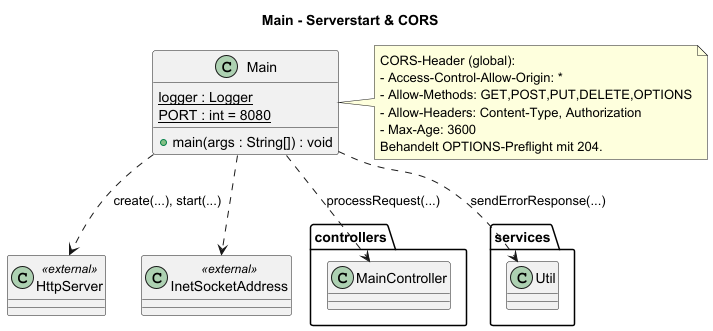
Above: backend/src/main/resources/documentation/diagrams/01_Main_CORS.png in Princeps119/Princeps119-BFK_J3_Snake (PlantUML), before the change.
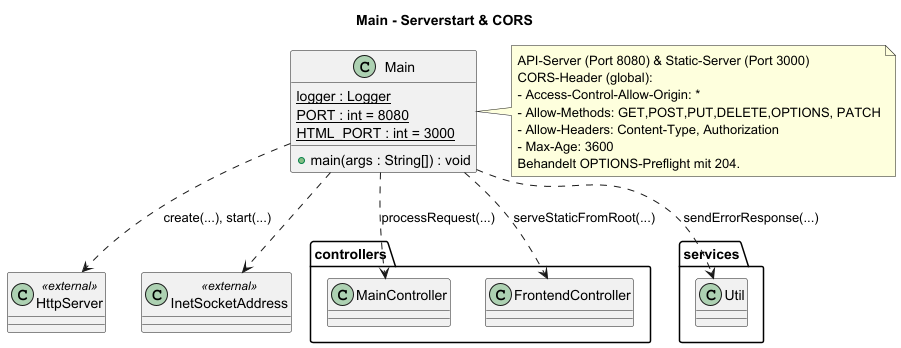
The same diagram one commit later.

Change to the diagram source:
```diff
@@ -4,6 +4,7 @@
 class Main {
   {static} logger : Logger
   {static} PORT : int = 8080
+  {static} HTML_PORT : int = 3000
   + main(args : String[]) : void
 }
 
@@ -13,12 +14,14 @@
 Main ..> HttpServer : create(...), start(...)
 Main ..> InetSocketAddress
 Main ..> controllers.MainController : processRequest(...)
+Main ..> controllers.FrontendController : serveStaticFromRoot(...)
 Main ..> services.Util : sendErrorResponse(...)
 
 note right of Main
+API-Server (Port 8080) & Static-Server (Port 3000)
 CORS-Header (global):
 - Access-Control-Allow-Origin: *
-- Allow-Methods: GET,POST,PUT,DELETE,OPTIONS
+- Allow-Methods: GET,POST,PUT,DELETE,OPTIONS, PATCH
 - Allow-Headers: Content-Type, Authorization
 - Max-Age: 3600
 Behandelt OPTIONS-Preflight mit 204.
```
